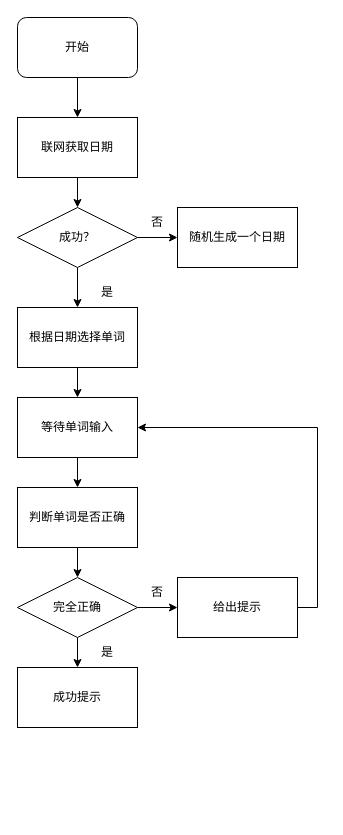
Above: 总体流程图.drawio in catchFishCat/ESP32MicroPythonWordle (draw.io), before the change. Source tidied: cells renumbered, new cells numbered last; positions are measured from the earlier drawing's top-left corner, leaving out a move shared by most shapes. Both pictures are drawn from the tidied source at 100%, with x=0, y=0 at pixel (17, 17).
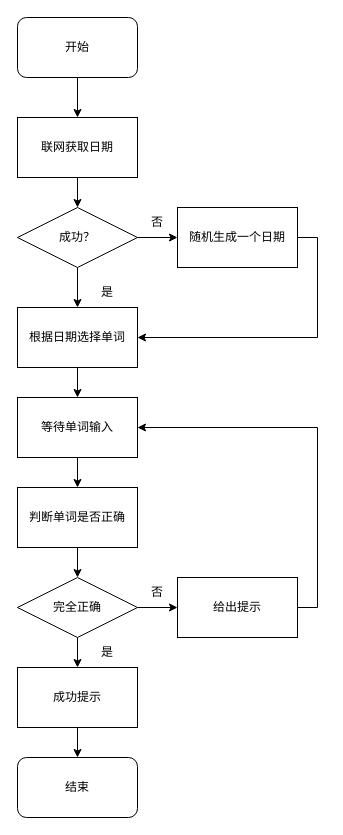
The same page after the edit.

Commit message:
Update 总体流程图.drawio

Unchanged cells that the change refers to:
```xml
<mxCell id="9" value="随机生成一个日期" style="rounded=0;whiteSpace=wrap;html=1;" parent="1" vertex="1">
  <mxGeometry x="160" y="190" width="120" height="60" as="geometry" />
</mxCell>
<mxCell id="12" value="根据日期选择单词" style="rounded=0;whiteSpace=wrap;html=1;" parent="1" vertex="1">
  <mxGeometry y="290" width="120" height="60" as="geometry" />
</mxCell>
<mxCell id="21" value="成功提示" style="rounded=0;whiteSpace=wrap;html=1;" parent="1" vertex="1">
  <mxGeometry y="650" width="120" height="60" as="geometry" />
</mxCell>
```

Change to the diagram source:
```diff
@@
+    <mxCell id="26" style="edgeStyle=orthogonalEdgeStyle;rounded=0;jettySize=auto;html=1;exitX=1;exitY=0.5;exitDx=0;exitDy=0;entryX=1;entryY=0.5;entryDx=0;entryDy=0;" parent="1" edge="1" source="9" target="12">
+      <mxGeometry relative="1" as="geometry" />
+    </mxCell>
@@
+    <mxCell id="27" style="edgeStyle=orthogonalEdgeStyle;rounded=0;jettySize=auto;html=1;exitX=0.5;exitY=1;exitDx=0;exitDy=0;entryX=0.5;entryY=0;entryDx=0;entryDy=0;" parent="1" edge="1" source="21" target="28">
+      <mxGeometry relative="1" as="geometry" />
+    </mxCell>
@@
+    <mxCell id="28" value="结束" style="rounded=1;whiteSpace=wrap;html=1;" parent="1" vertex="1">
+      <mxGeometry y="740" width="120" height="60" as="geometry" />
+    </mxCell>
```
